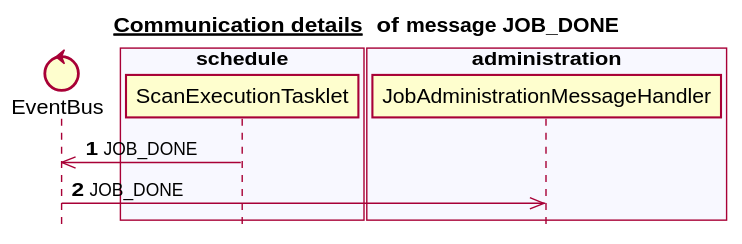
Above: docs/latest/images/gen_domain_messaging_job_done.svg in mercedes-benz/sechub (PlantUML), before the change.
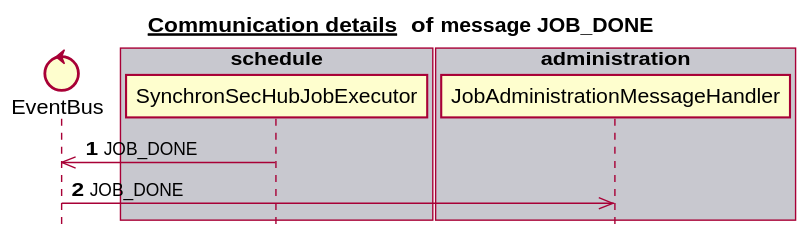
After the commit.

The edit, as a diff of the source:
```diff
@@ -6,20 +6,20 @@
 
 
 control EventBus
-box "scan" #C8C8CF
+box "schedule" #C8C8CF
+   participant SynchronSecHubJobExecutor
 end box
-box "schedule" #F8F8FF
-   participant ScanExecutionTasklet
+box "scan" #F8F8FF
+end box
+box "administration" #C8C8CF
+   participant JobAdministrationMessageHandler
+end box
+box "notification" #F8F8FF
 end box
 box "authorization" #C8C8CF
 end box
-box "administration" #F8F8FF
-   participant JobAdministrationMessageHandler
-end box
-box "notification" #C8C8CF
-end box
 autonumber 1
-ScanExecutionTasklet ->> EventBus:JOB_DONE
+SynchronSecHubJobExecutor ->> EventBus:JOB_DONE
 EventBus ->> JobAdministrationMessageHandler:JOB_DONE
 autonumber stop
 
```
